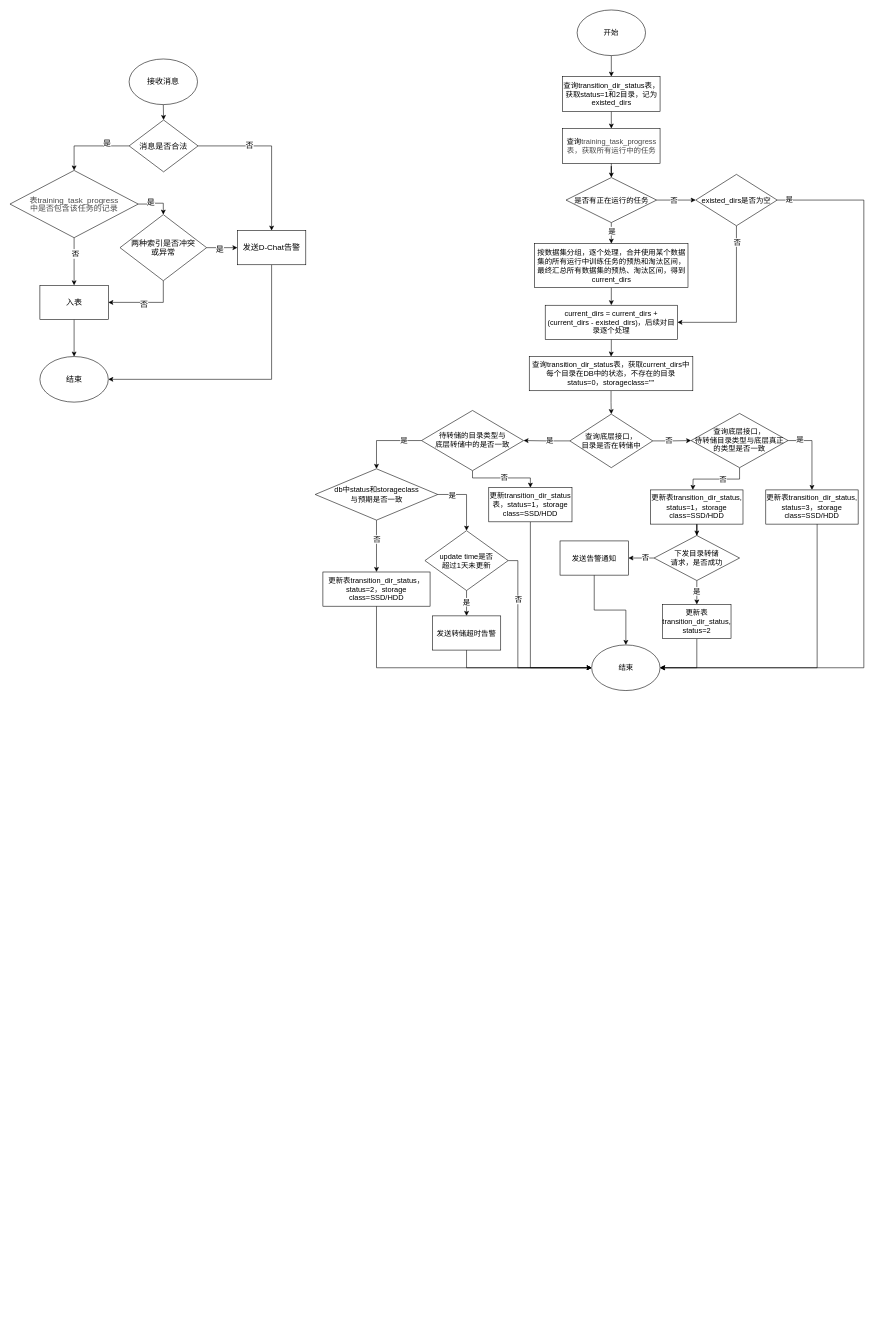
ydh12356890/DiDiDraw keeps this draw.io diagram as page "二期" (2 of 2) of dynamic_load.drawio. Above is the earlier version. Source tidied: cells renumbered, new cells numbered last; positions are measured from the earlier drawing's top-left corner, leaving out a move shared by most shapes. Both pictures are drawn from the tidied source at 57%, with x=0, y=0 at pixel (10, 10).
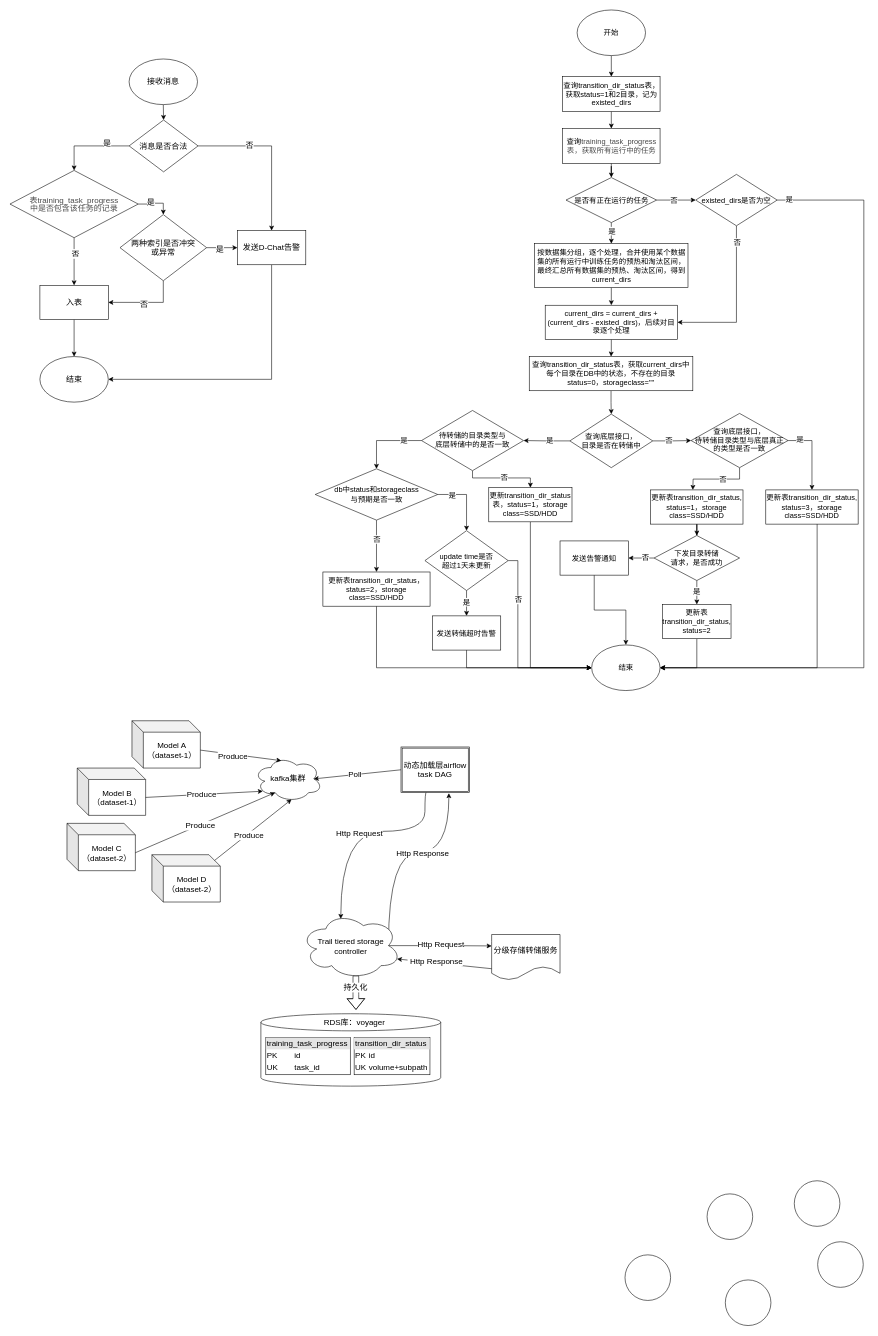
After the change.

Change to the diagram source:
```diff
@@
+    <mxCell id="91" style="ellipse;whiteSpace=wrap;html=1;" parent="1" vertex="1">
+      <mxGeometry x="1223" y="2077" width="80" height="80" as="geometry" />
+    </mxCell>
+    <mxCell id="92" style="ellipse;whiteSpace=wrap;html=1;" parent="1" vertex="1">
+      <mxGeometry x="1376" y="2054" width="80" height="80" as="geometry" />
+    </mxCell>
+    <mxCell id="93" style="ellipse;whiteSpace=wrap;html=1;" parent="1" vertex="1">
+      <mxGeometry x="1079" y="2184" width="80" height="80" as="geometry" />
+    </mxCell>
+    <mxCell id="94" style="ellipse;whiteSpace=wrap;html=1;" parent="1" vertex="1">
+      <mxGeometry x="1417" y="2161" width="80" height="80" as="geometry" />
+    </mxCell>
+    <mxCell id="95" style="ellipse;whiteSpace=wrap;html=1;" parent="1" vertex="1">
+      <mxGeometry x="1255" y="2228" width="80" height="80" as="geometry" />
+    </mxCell>
+    <mxCell id="96" value="kafka集群" style="ellipse;shape=cloud;whiteSpace=wrap;html=1;fontSize=14;fontFamily=Helvetica;" parent="1" vertex="1">
+      <mxGeometry x="428" y="1309" width="120" height="80" as="geometry" />
+    </mxCell>
+    <mxCell id="97" value="Model B（dataset-1）" style="shape=cube;whiteSpace=wrap;html=1;boundedLbl=1;backgroundOutline=1;darkOpacity=0.05;darkOpacity2=0.1;fontSize=14;fontFamily=Helvetica;" parent="1" vertex="1">
+      <mxGeometry x="118" y="1330" width="120" height="83" as="geometry" />
+    </mxCell>
+    <mxCell id="98" style="rounded=0;jettySize=auto;html=1;exitX=0.372;exitY=0.982;exitDx=0;exitDy=0;fontSize=14;entryX=0.4;entryY=0.1;entryDx=0;entryDy=0;entryPerimeter=0;edgeStyle=orthogonalEdgeStyle;curved=1;fontFamily=Helvetica;exitPerimeter=0;" parent="1" edge="1" source="127" target="119">
+      <mxGeometry relative="1" as="geometry">
+        <Array as="points">
+          <mxPoint x="728" y="1372" />
+          <mxPoint x="728" y="1441" />
+          <mxPoint x="580" y="1441" />
+        </Array>
+      </mxGeometry>
+    </mxCell>
+    <mxCell id="99" value="Http Request" style="edgeLabel;html=1;align=center;verticalAlign=middle;fontSize=14;fontFamily=Helvetica;" parent="98" vertex="1">
+      <mxGeometry x="0.01" y="2" relative="1" as="geometry">
+        <mxPoint x="1" as="offset" />
+      </mxGeometry>
+    </mxCell>
+    <mxCell id="100" style="rounded=0;jettySize=auto;html=1;entryX=0.13;entryY=0.77;entryDx=0;entryDy=0;entryPerimeter=0;exitX=0;exitY=0;exitDx=120;exitDy=51.5;exitPerimeter=0;fontSize=14;fontFamily=Helvetica;" parent="1" edge="1" source="97" target="96">
+      <mxGeometry relative="1" as="geometry" />
+    </mxCell>
+    <mxCell id="101" value="Produce" style="edgeLabel;html=1;align=center;verticalAlign=middle;fontSize=14;fontFamily=Helvetica;" parent="100" vertex="1">
+      <mxGeometry x="-0.05" relative="1" as="geometry">
+        <mxPoint y="-1" as="offset" />
+      </mxGeometry>
+    </mxCell>
+    <mxCell id="102" style="rounded=0;jettySize=auto;html=1;exitX=0;exitY=0.5;exitDx=0;exitDy=0;entryX=0.875;entryY=0.5;entryDx=0;entryDy=0;entryPerimeter=0;fontSize=14;fontFamily=Helvetica;" parent="1" edge="1" source="127" target="96">
+      <mxGeometry relative="1" as="geometry" />
+    </mxCell>
+    <mxCell id="103" value="Poll" style="edgeLabel;html=1;align=center;verticalAlign=middle;fontSize=14;fontFamily=Helvetica;" parent="102" vertex="1">
+      <mxGeometry x="0.07" y="-1" relative="1" as="geometry" />
+    </mxCell>
+    <mxCell id="104" style="rounded=0;jettySize=auto;html=1;exitX=0.875;exitY=0.5;exitDx=0;exitDy=0;fontSize=14;exitPerimeter=0;fontFamily=Helvetica;entryX=0.7;entryY=1.013;entryDx=0;entryDy=0;entryPerimeter=0;edgeStyle=orthogonalEdgeStyle;curved=1;" parent="1" edge="1" source="119" target="127">
+      <mxGeometry relative="1" as="geometry" />
+    </mxCell>
+    <mxCell id="105" value="Http Response" style="edgeLabel;html=1;align=center;verticalAlign=middle;fontSize=14;fontFamily=Helvetica;" parent="104" vertex="1">
+      <mxGeometry x="0.21" y="40" relative="1" as="geometry">
+        <mxPoint x="-3" y="40" as="offset" />
+      </mxGeometry>
+    </mxCell>
+    <mxCell id="106" value="Model A（dataset-1）" style="shape=cube;whiteSpace=wrap;html=1;boundedLbl=1;backgroundOutline=1;darkOpacity=0.05;darkOpacity2=0.1;fontSize=14;fontFamily=Helvetica;" parent="1" vertex="1">
+      <mxGeometry x="214" y="1247" width="120" height="83" as="geometry" />
+    </mxCell>
+    <mxCell id="107" style="rounded=0;jettySize=auto;html=1;exitX=0;exitY=0;exitDx=120;exitDy=51.5;exitPerimeter=0;entryX=0.4;entryY=0.1;entryDx=0;entryDy=0;entryPerimeter=0;fontSize=14;fontFamily=Helvetica;" parent="1" edge="1" source="106" target="96">
+      <mxGeometry relative="1" as="geometry" />
+    </mxCell>
+    <mxCell id="108" value="Produce" style="edgeLabel;html=1;align=center;verticalAlign=middle;fontSize=14;fontFamily=Helvetica;" parent="107" vertex="1">
+      <mxGeometry x="-0.2" y="-3" relative="1" as="geometry" />
+    </mxCell>
+    <mxCell id="109" value="Model C（dataset-2）" style="shape=cube;whiteSpace=wrap;html=1;boundedLbl=1;backgroundOutline=1;darkOpacity=0.05;darkOpacity2=0.1;fontSize=14;fontFamily=Helvetica;" parent="1" vertex="1">
+      <mxGeometry x="100" y="1427" width="120" height="83" as="geometry" />
+    </mxCell>
+    <mxCell id="110" value="Model D（dataset-2）" style="shape=cube;whiteSpace=wrap;html=1;boundedLbl=1;backgroundOutline=1;darkOpacity=0.05;darkOpacity2=0.1;fontSize=14;fontFamily=Helvetica;" parent="1" vertex="1">
+      <mxGeometry x="249" y="1482" width="120" height="83" as="geometry" />
+    </mxCell>
+    <mxCell id="111" style="rounded=0;jettySize=auto;html=1;exitX=0;exitY=0;exitDx=120;exitDy=51.5;exitPerimeter=0;entryX=0.31;entryY=0.8;entryDx=0;entryDy=0;entryPerimeter=0;fontFamily=Helvetica;fontSize=14;" parent="1" edge="1" source="109" target="96">
+      <mxGeometry relative="1" as="geometry" />
+    </mxCell>
+    <mxCell id="112" value="Produce" style="edgeLabel;html=1;align=center;verticalAlign=middle;fontSize=14;fontFamily=Helvetica;" parent="111" vertex="1">
+      <mxGeometry x="-0.08" y="-1" relative="1" as="geometry" />
+    </mxCell>
+    <mxCell id="113" style="rounded=0;jettySize=auto;html=1;exitX=0;exitY=0;exitDx=110;exitDy=10;exitPerimeter=0;entryX=0.55;entryY=0.95;entryDx=0;entryDy=0;entryPerimeter=0;fontFamily=Helvetica;fontSize=14;" parent="1" edge="1" source="110" target="96">
+      <mxGeometry relative="1" as="geometry" />
+    </mxCell>
+    <mxCell id="114" value="Produce" style="edgeLabel;html=1;align=center;verticalAlign=middle;fontSize=14;fontFamily=Helvetica;" parent="113" vertex="1">
+      <mxGeometry x="-0.14" y="-2" relative="1" as="geometry" />
+    </mxCell>
+    <mxCell id="115" style="edgeStyle=orthogonalEdgeStyle;shape=flexArrow;rounded=0;jettySize=auto;html=1;exitX=0.55;exitY=0.95;exitDx=0;exitDy=0;exitPerimeter=0;fontFamily=Helvetica;fontSize=14;" parent="1" edge="1" source="119">
+      <mxGeometry relative="1" as="geometry">
+        <mxPoint x="607" y="1754" as="targetPoint" />
+      </mxGeometry>
+    </mxCell>
+    <mxCell id="116" value="持久化" style="edgeLabel;html=1;align=center;verticalAlign=middle;fontSize=14;" parent="115" vertex="1">
+      <mxGeometry x="-0.42" y="-1" relative="1" as="geometry">
+        <mxPoint y="2" as="offset" />
+      </mxGeometry>
+    </mxCell>
+    <mxCell id="117" style="edgeStyle=orthogonalEdgeStyle;rounded=0;jettySize=auto;html=1;exitX=0.875;exitY=0.5;exitDx=0;exitDy=0;exitPerimeter=0;entryX=0;entryY=0.25;entryDx=0;entryDy=0;fontFamily=Helvetica;fontSize=14;" parent="1" edge="1" source="119" target="124">
+      <mxGeometry relative="1" as="geometry" />
+    </mxCell>
+    <mxCell id="118" value="Http Request" style="edgeLabel;html=1;align=center;verticalAlign=middle;fontSize=14;" parent="117" vertex="1">
+      <mxGeometry x="-0.2" y="2" relative="1" as="geometry">
+        <mxPoint x="18" y="-1" as="offset" />
+      </mxGeometry>
+    </mxCell>
+    <mxCell id="119" value="Trail tiered storage controller" style="ellipse;shape=cloud;whiteSpace=wrap;html=1;fontSize=14;fontFamily=Helvetica;" parent="1" vertex="1">
+      <mxGeometry x="510" y="1583" width="176" height="117" as="geometry" />
+    </mxCell>
+    <mxCell id="120" style="shape=cylinder3;whiteSpace=wrap;html=1;boundedLbl=1;backgroundOutline=1;size=15;fontFamily=Helvetica;fontSize=14;" parent="1" vertex="1">
+      <mxGeometry x="440.2" y="1761" width="315.5" height="127" as="geometry" />
+    </mxCell>
+    <mxCell id="121" value="RDS库：voyager" style="text;html=1;whiteSpace=wrap;strokeColor=none;fillColor=none;align=center;verticalAlign=middle;rounded=0;fontFamily=Helvetica;fontSize=14;" parent="1" vertex="1">
+      <mxGeometry x="535.5" y="1761" width="136.8" height="30" as="geometry" />
+    </mxCell>
+    <mxCell id="122" value="&lt;div style=&quot;box-sizing: border-box; width: 100%; background: rgb(228, 228, 228); padding: 2px;&quot;&gt;training_task_progress&lt;/div&gt;&lt;table style=&quot;width: 100%;&quot; cellpadding=&quot;2&quot; cellspacing=&quot;0&quot;&gt;&lt;tbody&gt;&lt;tr&gt;&lt;td&gt;PK&lt;/td&gt;&lt;td&gt;id&lt;/td&gt;&lt;/tr&gt;&lt;tr&gt;&lt;td&gt;UK&lt;/td&gt;&lt;td&gt;task_id&lt;/td&gt;&lt;/tr&gt;&lt;tr&gt;&lt;td&gt;&lt;/td&gt;&lt;td&gt;&lt;br&gt;&lt;/td&gt;&lt;/tr&gt;&lt;/tbody&gt;&lt;/table&gt;" style="verticalAlign=top;align=left;overflow=fill;html=1;whiteSpace=wrap;fontFamily=Helvetica;fontSize=14;" parent="1" vertex="1">
+      <mxGeometry x="448.8" y="1803" width="148.2" height="65" as="geometry" />
+    </mxCell>
+    <mxCell id="123" value="&lt;div style=&quot;box-sizing: border-box; width: 100%; background: rgb(228, 228, 228); padding: 2px;&quot;&gt;transition_dir_status&lt;/div&gt;&lt;table style=&quot;width: 100%;&quot; cellpadding=&quot;2&quot; cellspacing=&quot;0&quot;&gt;&lt;tbody&gt;&lt;tr&gt;&lt;td&gt;PK&lt;/td&gt;&lt;td&gt;id&lt;/td&gt;&lt;/tr&gt;&lt;tr&gt;&lt;td&gt;UK&lt;/td&gt;&lt;td&gt;volume+subpath&lt;/td&gt;&lt;/tr&gt;&lt;tr&gt;&lt;td&gt;&lt;/td&gt;&lt;td&gt;&lt;br&gt;&lt;/td&gt;&lt;/tr&gt;&lt;/tbody&gt;&lt;/table&gt;" style="verticalAlign=top;align=left;overflow=fill;html=1;whiteSpace=wrap;fontFamily=Helvetica;fontSize=14;" parent="1" vertex="1">
+      <mxGeometry x="603.8" y="1803" width="133" height="65" as="geometry" />
+    </mxCell>
+    <mxCell id="124" value="分级存储转储服务" style="shape=document;whiteSpace=wrap;html=1;boundedLbl=1;fontFamily=Helvetica;fontSize=14;" parent="1" vertex="1">
+      <mxGeometry x="845" y="1622" width="120" height="80" as="geometry" />
+    </mxCell>
+    <mxCell id="125" style="rounded=0;jettySize=auto;html=1;exitX=0;exitY=0.75;exitDx=0;exitDy=0;entryX=0.96;entryY=0.7;entryDx=0;entryDy=0;entryPerimeter=0;fontFamily=Helvetica;fontSize=14;" parent="1" edge="1" source="124" target="119">
+      <mxGeometry relative="1" as="geometry" />
+    </mxCell>
+    <mxCell id="126" value="&amp;nbsp;Http Response" style="edgeLabel;html=1;align=center;verticalAlign=middle;fontSize=14;" parent="125" vertex="1">
+      <mxGeometry x="0.2" y="-3" relative="1" as="geometry" />
+    </mxCell>
+    <mxCell id="127" value="&lt;span&gt;动态加载层airflow task DAG&lt;/span&gt;" style="shape=ext;double=1;rounded=0;whiteSpace=wrap;html=1;fontSize=14;" parent="1" vertex="1">
+      <mxGeometry x="686" y="1293" width="120" height="80" as="geometry" />
+    </mxCell>
```
